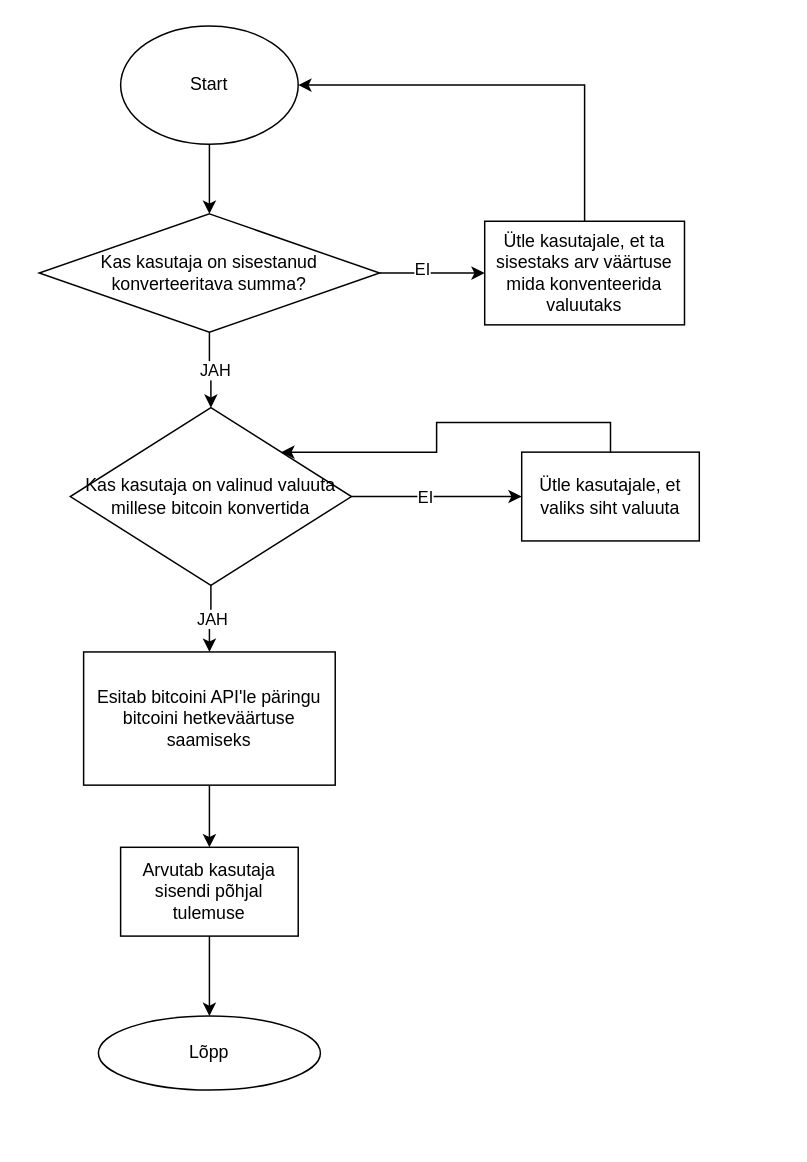
corvert/TaapTARge24 keeps this draw.io diagram as Pealkirjata diagramm.drawio. Above is the earlier version. Source tidied: cells renumbered, new cells numbered last; positions are measured from the earlier drawing's top-left corner, leaving out a move shared by most shapes. Both pictures are drawn from the tidied source at 148%, with x=0, y=0 at pixel (38, 25).
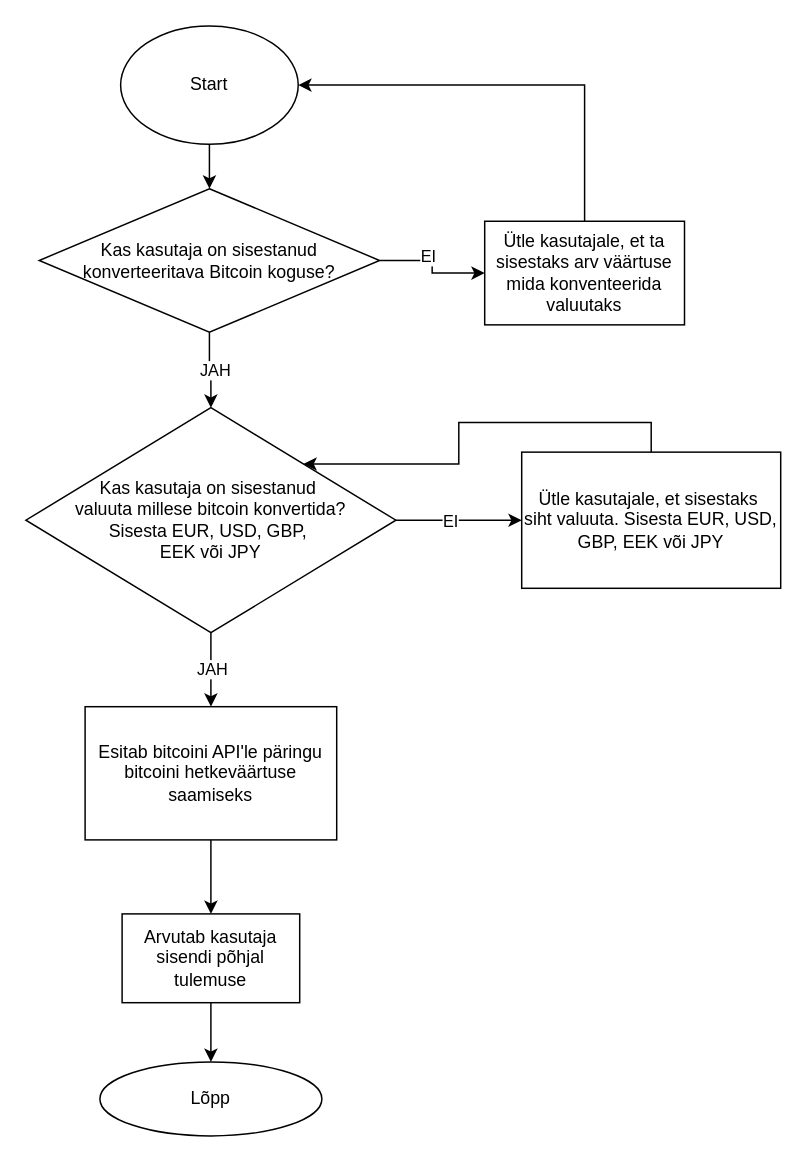
Above is the later version.

Commit message (it also covers changes not shown here):
UML main, BTC diagramm uuendus

Change to the diagram source:
```diff
@@
-    <mxCell id="8" value="Kas kasutaja on sisestanud konverteeritava summa?" style="rhombus;whiteSpace=wrap;html=1;" parent="1" vertex="1">
-      <mxGeometry y="127" width="230" height="80" as="geometry" />
+    <mxCell id="8" value="Kas kasutaja on sisestanud konverteeritava Bitcoin koguse?" style="rhombus;whiteSpace=wrap;html=1;" parent="1" vertex="1">
+      <mxGeometry y="110" width="230" height="97" as="geometry" />
     </mxCell>
@@
-    <mxCell id="15" value="Kas kasutaja on valinud valuuta millese bitcoin konvertida" style="rhombus;whiteSpace=wrap;html=1;" parent="1" vertex="1">
-      <mxGeometry x="21" y="258" width="190" height="120" as="geometry" />
+    <mxCell id="15" value="Kas kasutaja on sisestanud&amp;nbsp;&lt;div&gt;valuuta&amp;nbsp;&lt;span style=&quot;background-color: initial;&quot;&gt;millese bitcoin konvertida?&lt;/span&gt;&lt;/div&gt;&lt;div&gt;Sisesta EUR, USD, GBP,&amp;nbsp;&lt;/div&gt;&lt;div&gt;EEK või JPY&lt;/div&gt;" style="rhombus;whiteSpace=wrap;html=1;" parent="1" vertex="1">
+      <mxGeometry x="-9" y="258" width="250" height="152" as="geometry" />
     </mxCell>
@@
-    <mxCell id="17" value="Ütle kasutajale, et valiks siht valuuta" style="whiteSpace=wrap;html=1;" parent="1" vertex="1">
-      <mxGeometry x="326" y="288" width="120" height="60" as="geometry" />
+    <mxCell id="17" value="Ütle kasutajale, et sisestaks&amp;nbsp;&lt;div&gt;siht valuuta.&amp;nbsp;&lt;span style=&quot;background-color: initial;&quot;&gt;Sisesta EUR, USD, GBP,&amp;nbsp;&lt;/span&gt;&lt;span style=&quot;background-color: initial;&quot;&gt;EEK või JPY&lt;/span&gt;&lt;/div&gt;" style="whiteSpace=wrap;html=1;" parent="1" vertex="1">
+      <mxGeometry x="326" y="288" width="175" height="92" as="geometry" />
     </mxCell>
@@
     <mxCell id="19" value="Esitab bitcoini API'le päringu bitcoini hetkeväärtuse saamiseks" style="whiteSpace=wrap;html=1;" parent="1" vertex="1">
-      <mxGeometry x="30" y="423" width="170" height="90" as="geometry" />
+      <mxGeometry x="31" y="460" width="170" height="90" as="geometry" />
     </mxCell>
@@
     <mxCell id="21" value="Arvutab kasutaja sisendi põhjal tulemuse" style="whiteSpace=wrap;html=1;" parent="1" vertex="1">
-      <mxGeometry x="55" y="555" width="120" height="60" as="geometry" />
+      <mxGeometry x="56" y="600" width="120" height="60" as="geometry" />
     </mxCell>
     <mxCell id="22" value="Lõpp" style="ellipse;whiteSpace=wrap;html=1;" parent="1" vertex="1">
-      <mxGeometry x="40" y="669" width="150" height="50" as="geometry" />
+      <mxGeometry x="41" y="700" width="150" height="50" as="geometry" />
     </mxCell>
```
